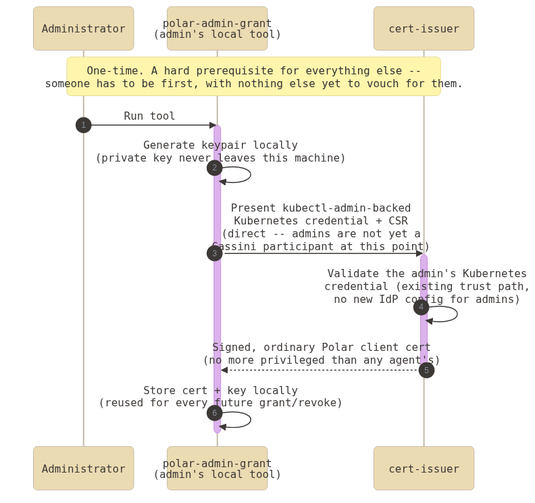
cmu-sei/Polar keeps this Mermaid diagram as docs/architecture/sequences/general/admin_bootstrap_identity.png. Above is the earlier version. Its source is kept beside it as docs/architecture/sequences/general/admin_bootstrap_identity.mmd.
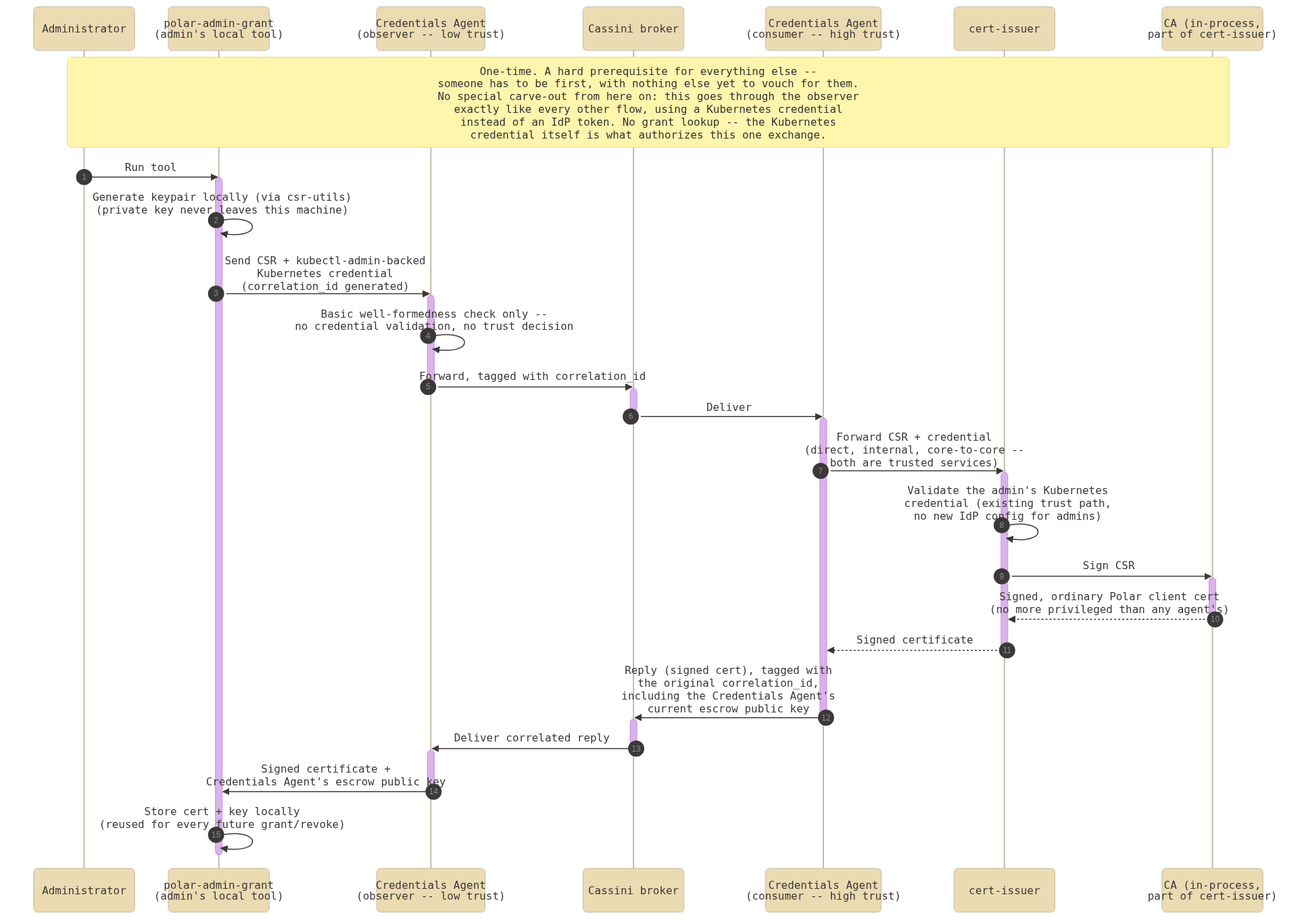
After the change.

Commit message:
docs(credentials-agent): event sourcing, secret escrow, identity distribution, corrected admin bootstrap

Diff of the diagram source:
```diff
@@ -1,18 +1,46 @@
-sequenceDiagram
-    autonumber
-    participant Admin as Administrator
-    participant GrantTool as polar-admin-grant<br/>(admin's local tool)
-    participant CertIssuer as cert-issuer
+ sequenceDiagram
+     autonumber
+     participant Admin as Administrator
+     participant GrantTool as polar-admin-grant<br/>(admin's local tool)
+     participant CredAgentObs as Credentials Agent<br/>(observer -- low trust)
+     participant Cassini as Cassini broker
+     participant CredAgentCon as Credentials Agent<br/>(consumer -- high trust)
+     participant CertIssuer as cert-issuer
+     participant CA as CA (in-process,<br/>part of cert-issuer)
 
-    Note over Admin,CertIssuer: One-time. A hard prerequisite for everything else --<br/>someone has to be first, with nothing else yet to vouch for them.
+     Note over Admin,CA: One-time. A hard prerequisite for everything else --<br/>someone has to be first, with nothing else yet to vouch for them.<br/>No special carve-out from here on: this goes through the observer<br/>exactly like every other flow, using a Kubernetes credential<br/>instead of an IdP token. No grant lookup -- the Kubernetes<br/>credential itself is what authorizes this one exchange.
 
-    Admin->>GrantTool: Run tool
-    activate GrantTool
-    GrantTool->>GrantTool: Generate keypair locally<br/>(private key never leaves this machine)
-    GrantTool->>CertIssuer: Present kubectl-admin-backed<br/>Kubernetes credential + CSR<br/>(direct -- admins are not yet a<br/>Cassini participant at this point)
-    activate CertIssuer
-    CertIssuer->>CertIssuer: Validate the admin's Kubernetes<br/>credential (existing trust path,<br/>no new IdP config for admins)
-    CertIssuer-->>GrantTool: Signed, ordinary Polar client cert<br/>(no more privileged than any agent's)
-    deactivate CertIssuer
-    GrantTool->>GrantTool: Store cert + key locally<br/>(reused for every future grant/revoke)
-    deactivate GrantTool
+     Admin->>GrantTool: Run tool
+     activate GrantTool
+     GrantTool->>GrantTool: Generate keypair locally (via csr-utils)<br/>(private key never leaves this machine)
+     GrantTool->>CredAgentObs: Send CSR + kubectl-admin-backed<br/>Kubernetes credential<br/>(correlation_id generated)
+     activate CredAgentObs
+     CredAgentObs->>CredAgentObs: Basic well-formedness check only --<br/>no credential validation, no trust decision
+     CredAgentObs->>Cassini: Forward, tagged with correlation_id
+     deactivate CredAgentObs
+     activate Cassini
+     Cassini->>CredAgentCon: Deliver
+     deactivate Cassini
+     activate CredAgentCon
+
+     CredAgentCon->>CertIssuer: Forward CSR + credential<br/>(direct, internal, core-to-core --<br/>both are trusted services)
+     activate CertIssuer
+     CertIssuer->>CertIssuer: Validate the admin's Kubernetes<br/>credential (existing trust path,<br/>no new IdP config for admins)
+     CertIssuer->>CA: Sign CSR
+     activate CA
+     CA-->>CertIssuer: Signed, ordinary Polar client cert<br/>(no more privileged than any agent's)
+     deactivate CA
+     CertIssuer-->>CredAgentCon: Signed certificate
+     deactivate CertIssuer
+
+     CredAgentCon->>Cassini: Reply (signed cert), tagged with<br/>the original correlation_id,<br/>including the Credentials Agent's<br/>current escrow public key
+     deactivate CredAgentCon
+     activate Cassini
+     Cassini->>CredAgentObs: Deliver correlated reply
+     deactivate Cassini
+     activate CredAgentObs
+     CredAgentObs->>GrantTool: Signed certificate +<br/>Credentials Agent's escrow public key
+     deactivate CredAgentObs
+
+     GrantTool->>GrantTool: Store cert + key locally<br/>(reused for every future grant/revoke)
+     deactivate GrantTool
```
